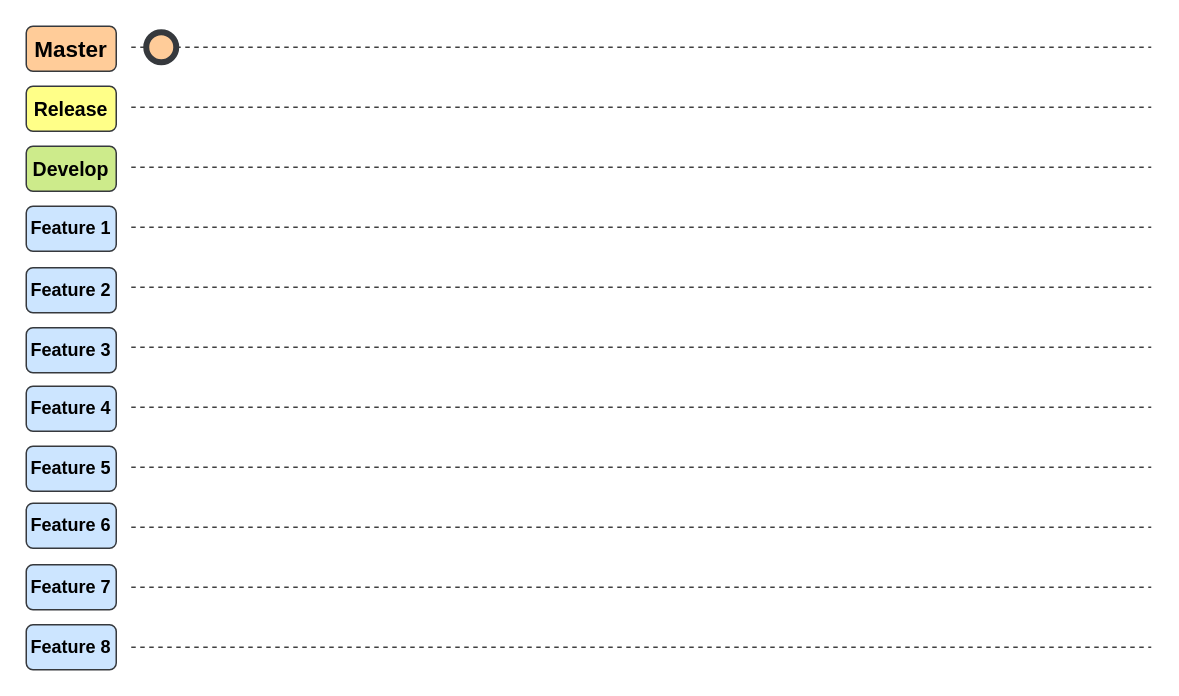
LEOSZ8/Tesis_Msc_LSZ keeps this draw.io diagram as page "GitFlow" (1 of 2) of 03_ImagenesRepo/01_GitFlow.drawio. Above is the earlier version. Source tidied: cells renumbered, new cells numbered last; positions are measured from the earlier drawing's top-left corner, leaving out a move shared by most shapes. Both pictures are drawn from the tidied source at 150%, with x=0, y=0 at pixel (26, 26).
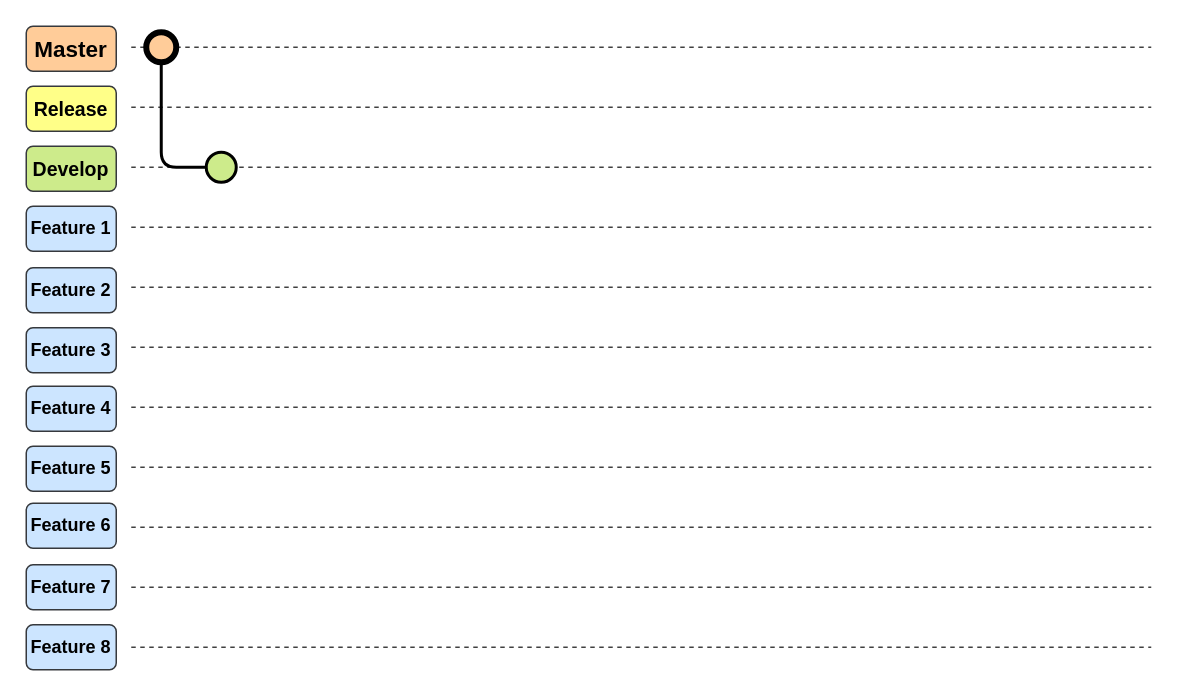
The same diagram, later.

The edit, as a diff of the source:
```diff
@@
+    <mxCell id="25" style="edgeStyle=orthogonalEdgeStyle;rounded=1;jettySize=auto;html=1;strokeWidth=2;endArrow=none;endFill=1;startFill=0;curved=0;" parent="1" edge="1" source="24" target="26">
+      <mxGeometry relative="1" as="geometry">
+        <Array as="points">
+          <mxPoint x="90" y="94" />
+        </Array>
+      </mxGeometry>
+    </mxCell>
-    <mxCell id="24" style="ellipse;whiteSpace=wrap;html=1;fillColor=#ffcc99;strokeColor=#36393d;strokeWidth=4;" parent="1" vertex="1">
+    <mxCell id="24" style="ellipse;whiteSpace=wrap;html=1;fillColor=#ffcc99;strokeColor=#000000;strokeWidth=4;" parent="1" vertex="1">
       <mxGeometry x="80" y="4" width="20" height="20" as="geometry" />
     </mxCell>
+    <mxCell id="26" style="ellipse;whiteSpace=wrap;html=1;fillColor=#cdeb8b;strokeColor=#000000;strokeWidth=2;" parent="1" vertex="1">
+      <mxGeometry x="120" y="84" width="20" height="20" as="geometry" />
+    </mxCell>
```
